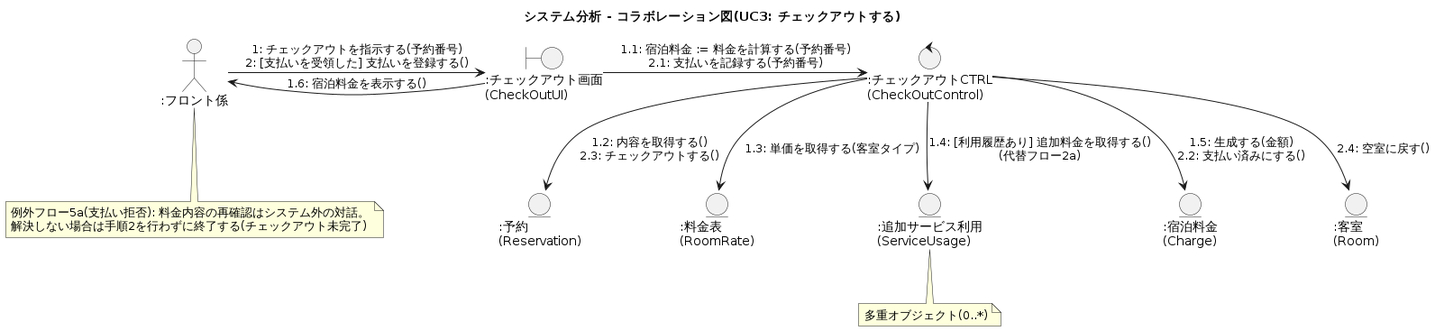
The PlantUML diagram docs/uml/images/08c_collaboration_uc3_checkout.png in doguto/waseda-hrs, before a commit. Its diagram source:
```plantuml
@startuml 08c_collaboration_uc3_checkout
title システム分析 - コラボレーション図(UC3: チェックアウトする)

actor ":フロント係" as Staff
boundary ":チェックアウト画面\n(CheckOutUI)" as UI
control ":チェックアウトCTRL\n(CheckOutControl)" as Ctrl
entity ":予約\n(Reservation)" as Rsv
entity ":料金表\n(RoomRate)" as Rate
entity ":追加サービス利用\n(ServiceUsage)" as Svc
entity ":宿泊料金\n(Charge)" as Charge
entity ":客室\n(Room)" as Room

Staff -right-> UI : 1: チェックアウトを指示する(予約番号)\n2: [支払いを受領した] 支払いを登録する()
UI -left-> Staff : 1.6: 宿泊料金を表示する()
UI -right-> Ctrl : 1.1: 宿泊料金 := 料金を計算する(予約番号)\n2.1: 支払いを記録する(予約番号)
Ctrl -down-> Rsv : 1.2: 内容を取得する()\n2.3: チェックアウトする()
Ctrl -down-> Rate : 1.3: 単価を取得する(客室タイプ)
Ctrl -down-> Svc : 1.4: [利用履歴あり] 追加料金を取得する()\n(代替フロー2a)
Ctrl -down-> Charge : 1.5: 生成する(金額)\n2.2: 支払い済みにする()
Ctrl -down-> Room : 2.4: 空室に戻す()

note bottom of Svc : 多重オブジェクト(0..*)
note bottom of Staff : 例外フロー5a(支払い拒否): 料金内容の再確認はシステム外の対話。\n解決しない場合は手順2を行わずに終了する(チェックアウト未完了)

@enduml
```
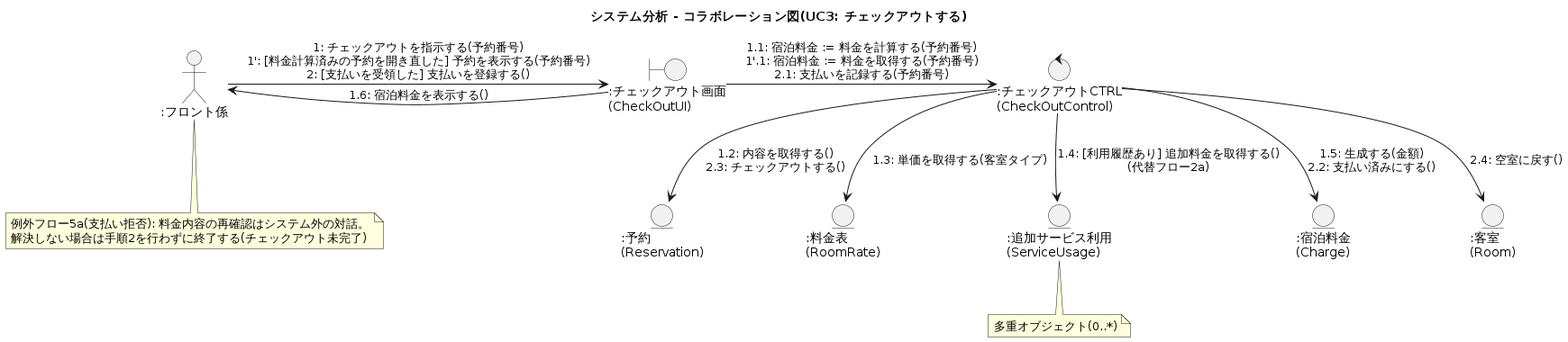
The same file after the commit.

Commit message:
docs(uml): 請求の再取得を09と08cに反映する

Change to the diagram source:
```diff
@@ -10,9 +10,9 @@
 entity ":宿泊料金\n(Charge)" as Charge
 entity ":客室\n(Room)" as Room
 
-Staff -right-> UI : 1: チェックアウトを指示する(予約番号)\n2: [支払いを受領した] 支払いを登録する()
+Staff -right-> UI : 1: チェックアウトを指示する(予約番号)\n1': [料金計算済みの予約を開き直した] 予約を表示する(予約番号)\n2: [支払いを受領した] 支払いを登録する()
 UI -left-> Staff : 1.6: 宿泊料金を表示する()
-UI -right-> Ctrl : 1.1: 宿泊料金 := 料金を計算する(予約番号)\n2.1: 支払いを記録する(予約番号)
+UI -right-> Ctrl : 1.1: 宿泊料金 := 料金を計算する(予約番号)\n1'.1: 宿泊料金 := 料金を取得する(予約番号)\n2.1: 支払いを記録する(予約番号)
 Ctrl -down-> Rsv : 1.2: 内容を取得する()\n2.3: チェックアウトする()
 Ctrl -down-> Rate : 1.3: 単価を取得する(客室タイプ)
 Ctrl -down-> Svc : 1.4: [利用履歴あり] 追加料金を取得する()\n(代替フロー2a)
```
